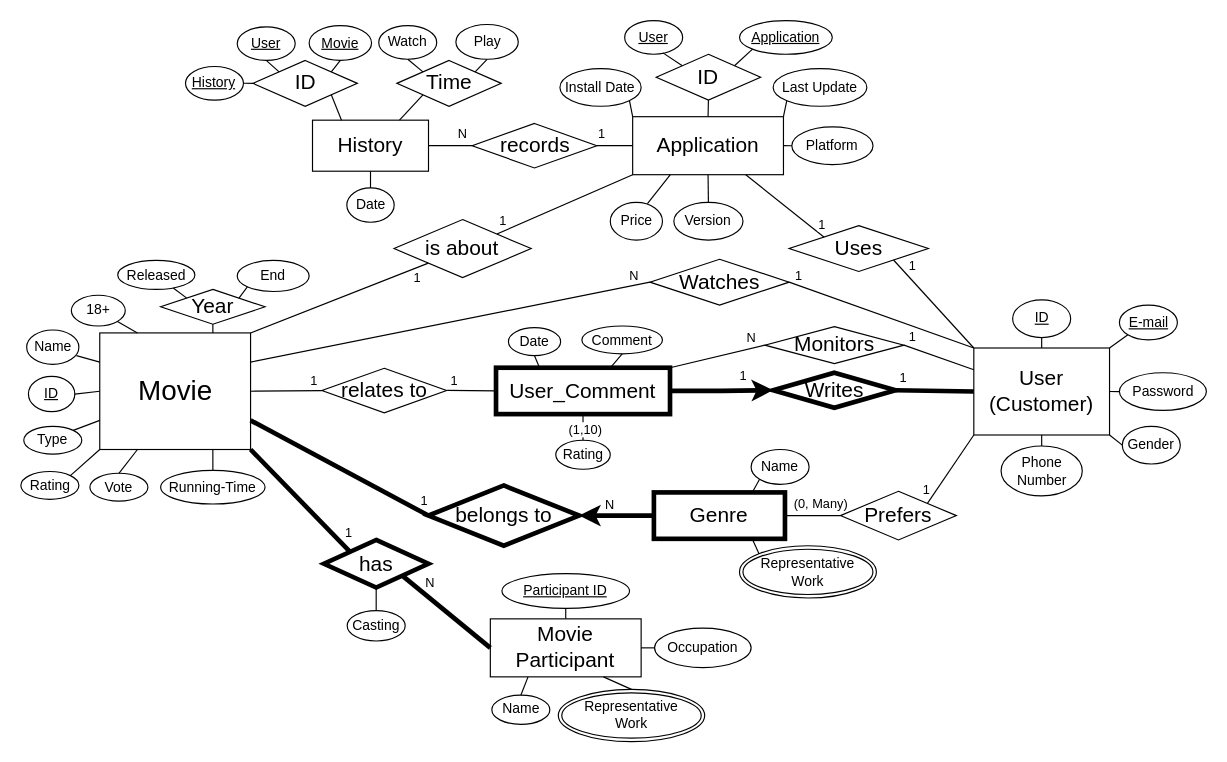
This is page "ER" (1 of 3) of Assignment1_ER_Modeling/Movie.drawio from hjpark83/DBMS, a draw.io file, before an edit. Source tidied: cells renumbered, new cells numbered last; positions are measured from the earlier drawing's top-left corner, leaving out a move shared by most shapes. Both pictures are drawn from the tidied source at 116%, with x=0, y=0 at pixel (20, 20).
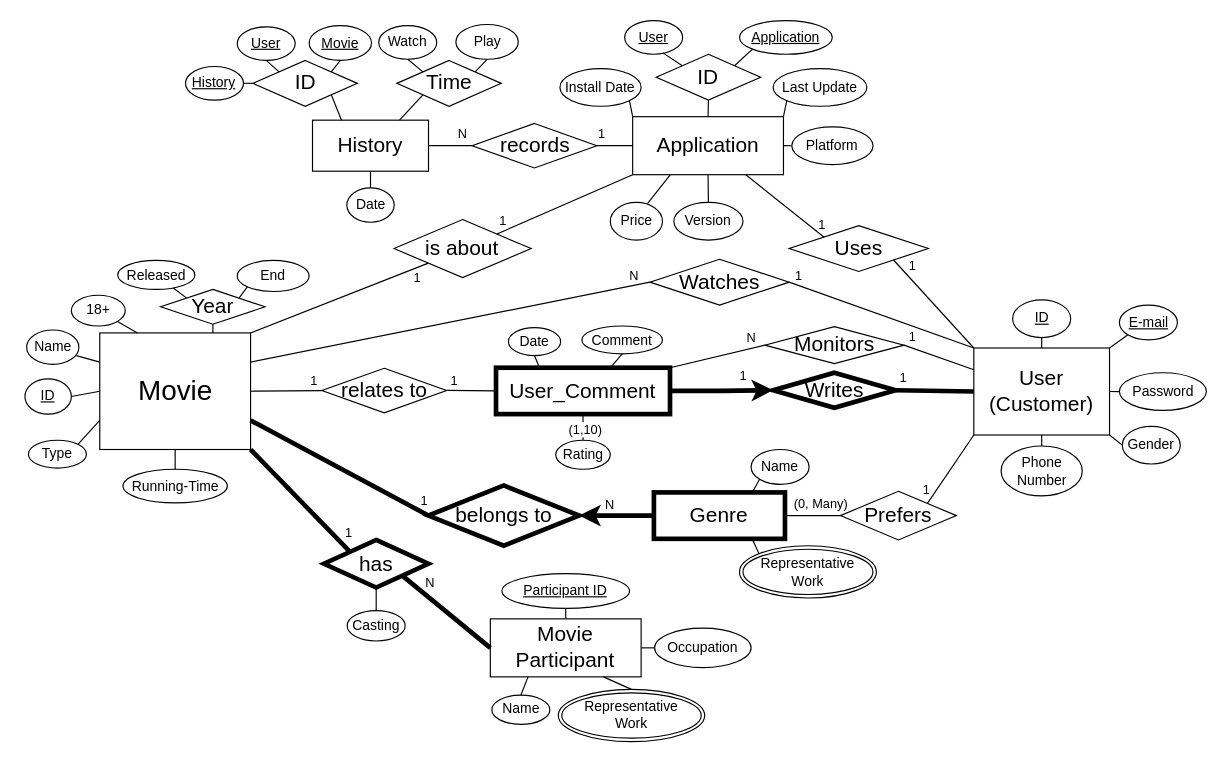
The same page after the edit.

The change refers to these unchanged cells:
```xml
<mxCell id="19" value="&lt;font style=&quot;font-size: 24px;&quot;&gt;Movie&lt;/font&gt;" style="whiteSpace=wrap;html=1;align=center;rounded=0;" parent="1" vertex="1">
  <mxGeometry x="68.5" y="269.5" width="130" height="100.5" as="geometry" />
</mxCell>
```

The edit, as a diff of the source:
```diff
@@
     <mxCell id="2" value="Type" style="ellipse;whiteSpace=wrap;html=1;align=center;rounded=1;" parent="1" vertex="1">
-      <mxGeometry x="3" y="350" width="50" height="24" as="geometry" />
+      <mxGeometry x="7" y="362" width="50" height="24" as="geometry" />
     </mxCell>
@@
     <mxCell id="16" value="Running-Time" style="ellipse;whiteSpace=wrap;html=1;align=center;rounded=1;" parent="1" vertex="1">
-      <mxGeometry x="121" y="388" width="90" height="29" as="geometry" />
+      <mxGeometry x="88.5" y="387" width="90" height="29" as="geometry" />
     </mxCell>
@@
     <mxCell id="23" value="&lt;u&gt;ID&lt;/u&gt;" style="ellipse;whiteSpace=wrap;html=1;align=center;rounded=1;" parent="1" vertex="1">
-      <mxGeometry x="7" y="307" width="40" height="30.4" as="geometry" />
+      <mxGeometry x="4" y="309.1" width="40" height="30.4" as="geometry" />
     </mxCell>
@@
-    <mxCell id="27" style="endArrow=none;html=1;rounded=1;entryX=0.5;entryY=0;entryDx=0;entryDy=0;exitX=0.75;exitY=1;exitDx=0;exitDy=0;" parent="1" edge="1" source="19" target="16">
+    <mxCell id="27" style="endArrow=none;html=1;rounded=1;entryX=0.5;entryY=0;entryDx=0;entryDy=0;exitX=0.5;exitY=1;exitDx=0;exitDy=0;" parent="1" edge="1" source="19" target="16">
       <mxGeometry relative="1" as="geometry" />
     </mxCell>
@@
-    <mxCell id="109" value="Rating" style="ellipse;whiteSpace=wrap;html=1;align=center;rounded=1;" parent="1" vertex="1">
-      <mxGeometry x="0.5" y="389" width="50" height="24" as="geometry" />
-    </mxCell>
-    <mxCell id="110" value="Vote" style="ellipse;whiteSpace=wrap;html=1;align=center;rounded=1;" parent="1" vertex="1">
-      <mxGeometry x="60" y="390.5" width="50" height="24" as="geometry" />
-    </mxCell>
-    <mxCell id="111" style="endArrow=none;html=1;rounded=1;entryX=0.5;entryY=0;entryDx=0;entryDy=0;exitX=0.25;exitY=1;exitDx=0;exitDy=0;" parent="1" edge="1" source="19" target="110">
-      <mxGeometry relative="1" as="geometry" />
-    </mxCell>
-    <mxCell id="112" style="endArrow=none;html=1;rounded=1;entryX=1;entryY=0;entryDx=0;entryDy=0;exitX=0;exitY=1;exitDx=0;exitDy=0;" parent="1" edge="1" source="19" target="109">
-      <mxGeometry relative="1" as="geometry" />
-    </mxCell>
```
